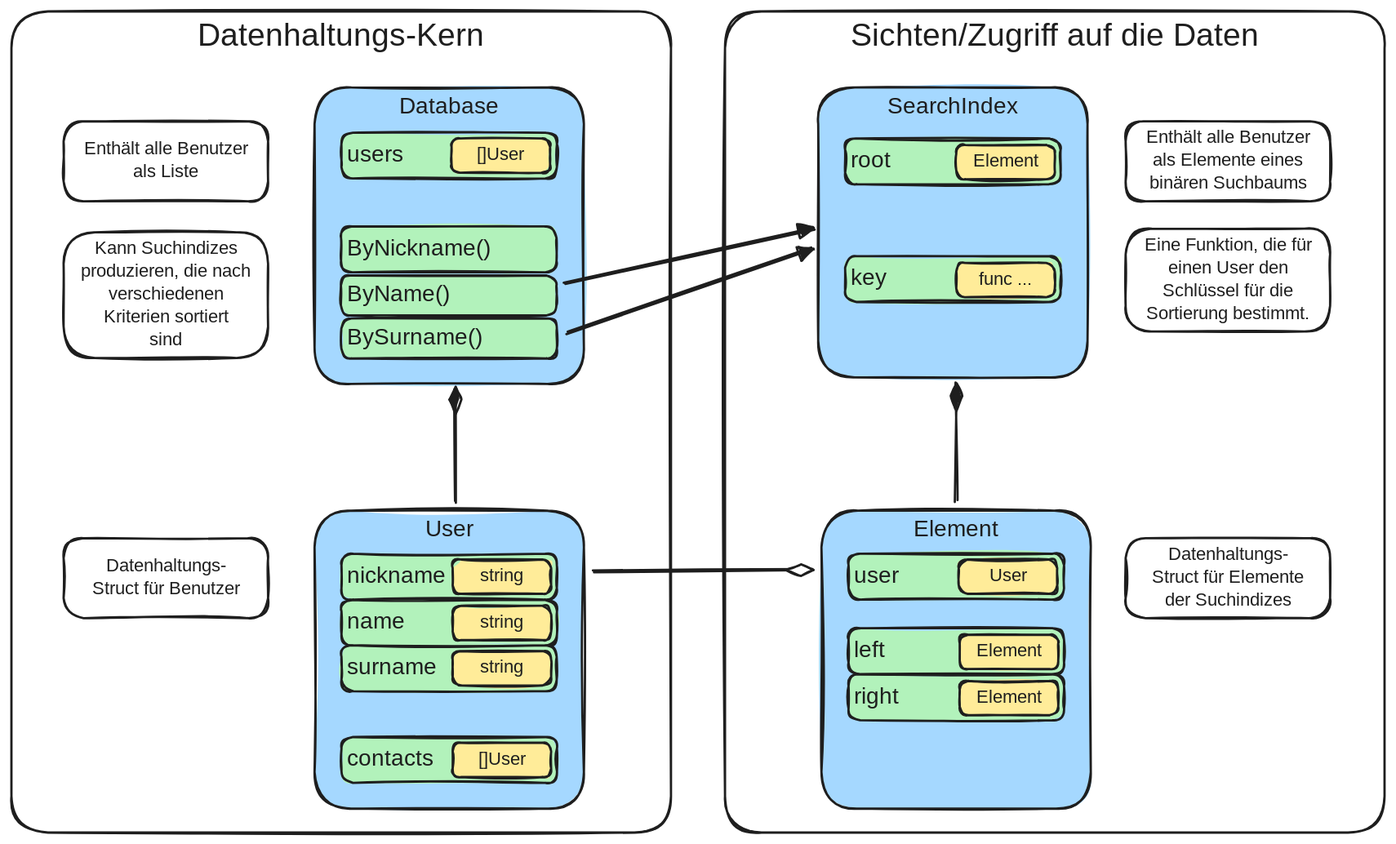
Earlier version of the Excalidraw export types.excalidraw.svg (BenLuisRichter/social-network-Ben). Source tidied: one line per element, renumbered; positions are measured from the earlier drawing's top-left corner, leaving out a move shared by most shapes.
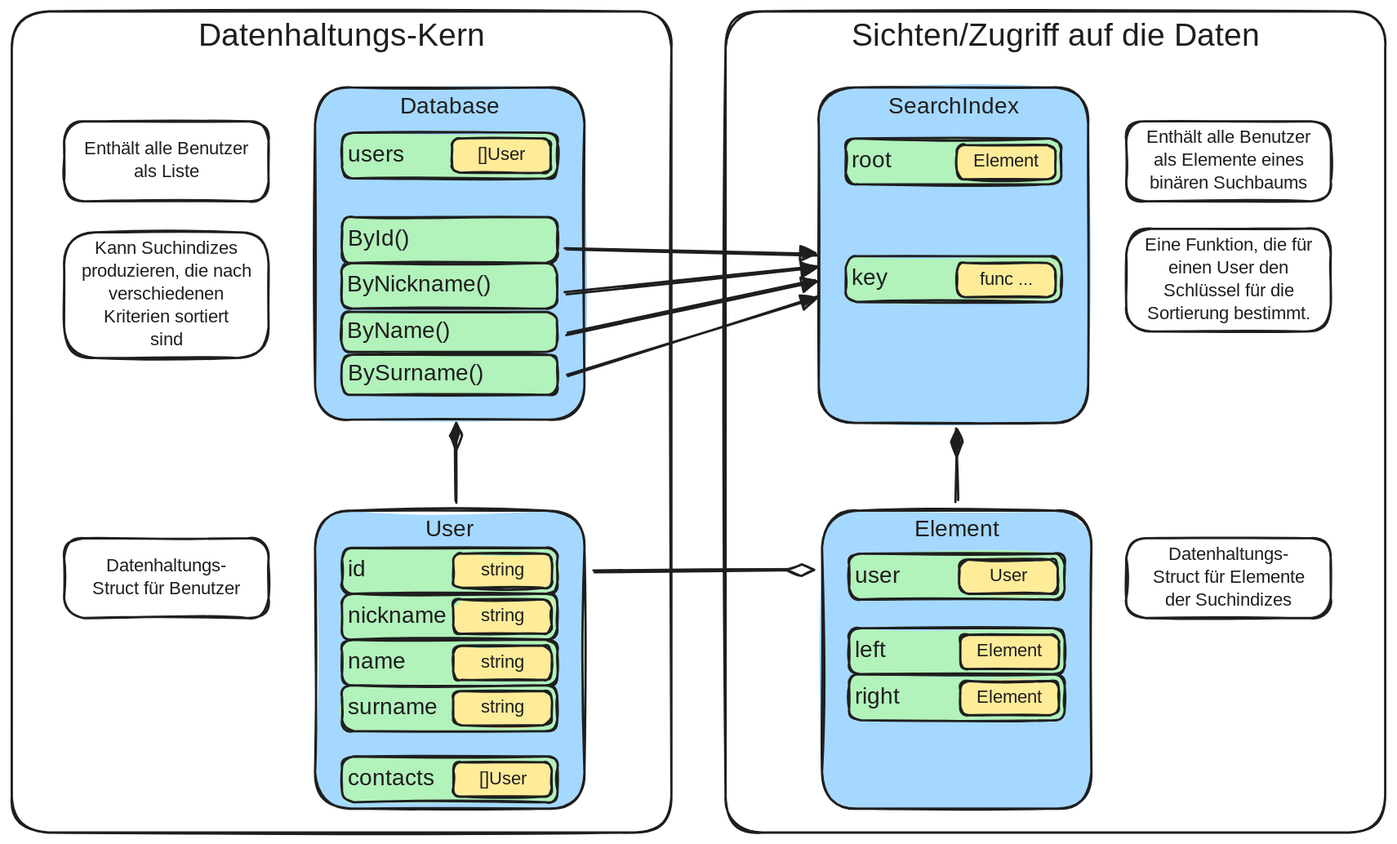
After the change.

Commit message:
Update README and overview diagram.

Change to the diagram source:
```diff
@@ -8,11 +8,13 @@
 {"id": 7, "type": "text", "text": "User", "strokeColor": "#1e1e1e", "backgroundColor": "#a5d8ff", "fillStyle": "solid", "strokeWidth": 2, "roughness": 1, "fontSize": 20, "fontFamily": 5, "textAlign": "center", "inside": 6, "x": 361, "y": 442, "width": 44, "height": 25}
-{"id": 8, "type": "rectangle", "strokeColor": "#1e1e1e", "backgroundColor": "#b2f2bb", "fillStyle": "solid", "strokeWidth": 2, "roughness": 1, "round": true, "x": 289, "y": 515, "width": 189, "height": 40}
+{"id": 8, "type": "rectangle", "strokeColor": "#1e1e1e", "backgroundColor": "#b2f2bb", "fillStyle": "solid", "strokeWidth": 2, "roughness": 1, "round": true, "x": 289, "y": 550, "width": 189, "height": 40}
-{"id": 9, "type": "text", "text": "name", "strokeColor": "#1e1e1e", "backgroundColor": "#b2f2bb", "fillStyle": "solid", "strokeWidth": 2, "roughness": 1, "fontSize": 20, "fontFamily": 5, "verticalAlign": "middle", "inside": 8, "x": 294, "y": 523, "width": 46, "height": 25}
+{"id": 9, "type": "text", "text": "name", "strokeColor": "#1e1e1e", "backgroundColor": "#b2f2bb", "fillStyle": "solid", "strokeWidth": 2, "roughness": 1, "fontSize": 20, "fontFamily": 5, "verticalAlign": "middle", "inside": 8, "x": 294, "y": 558, "width": 46, "height": 25}
-{"id": 10, "type": "rectangle", "strokeColor": "#1e1e1e", "backgroundColor": "#b2f2bb", "fillStyle": "solid", "strokeWidth": 2, "roughness": 1, "round": true, "x": 289, "y": 635, "width": 189, "height": 40}
+{"id": 10, "type": "rectangle", "strokeColor": "#1e1e1e", "backgroundColor": "#b2f2bb", "fillStyle": "solid", "strokeWidth": 2, "roughness": 1, "round": true, "x": 289, "y": 652, "width": 189, "height": 40}
-{"id": 11, "type": "text", "text": "contacts", "strokeColor": "#1e1e1e", "backgroundColor": "#b2f2bb", "fillStyle": "solid", "strokeWidth": 2, "roughness": 1, "fontSize": 20, "fontFamily": 5, "verticalAlign": "middle", "inside": 10, "x": 294, "y": 643, "width": 87, "height": 25}
+{"id": 11, "type": "text", "text": "contacts", "strokeColor": "#1e1e1e", "backgroundColor": "#b2f2bb", "fillStyle": "solid", "strokeWidth": 2, "roughness": 1, "fontSize": 20, "fontFamily": 5, "verticalAlign": "middle", "inside": 10, "x": 294, "y": 660, "width": 87, "height": 25}
-{"id": 12, "type": "rectangle", "strokeColor": "#1e1e1e", "backgroundColor": "#b2f2bb", "fillStyle": "solid", "strokeWidth": 2, "roughness": 1, "round": true, "x": 289, "y": 475, "width": 188, "height": 40}
+{"id": 12, "type": "rectangle", "strokeColor": "#1e1e1e", "backgroundColor": "#b2f2bb", "fillStyle": "solid", "strokeWidth": 2, "roughness": 1, "round": true, "x": 289, "y": 510, "width": 188, "height": 40}
-{"id": 13, "type": "text", "text": "nickname", "strokeColor": "#1e1e1e", "backgroundColor": "#b2f2bb", "fillStyle": "solid", "strokeWidth": 2, "roughness": 1, "fontSize": 20, "fontFamily": 5, "verticalAlign": "middle", "inside": 12, "x": 294, "y": 482, "width": 82, "height": 25}
+{"id": 13, "type": "text", "text": "nickname", "strokeColor": "#1e1e1e", "backgroundColor": "#b2f2bb", "fillStyle": "solid", "strokeWidth": 2, "roughness": 1, "fontSize": 20, "fontFamily": 5, "verticalAlign": "middle", "inside": 12, "x": 294, "y": 517, "width": 82, "height": 25}
+{"id": 75, "type": "rectangle", "strokeColor": "#1e1e1e", "backgroundColor": "#b2f2bb", "fillStyle": "solid", "strokeWidth": 2, "roughness": 1, "round": true, "x": 289, "y": 470, "width": 188, "height": 40}
+{"id": 76, "type": "text", "text": "id", "strokeColor": "#1e1e1e", "backgroundColor": "#b2f2bb", "fillStyle": "solid", "strokeWidth": 2, "roughness": 1, "fontSize": 20, "fontFamily": 5, "verticalAlign": "middle", "inside": 75, "x": 294, "y": 477, "width": 17, "height": 25}
-{"id": 14, "type": "rectangle", "strokeColor": "#1e1e1e", "backgroundColor": "#b2f2bb", "fillStyle": "solid", "strokeWidth": 2, "roughness": 1, "round": true, "x": 289, "y": 555, "width": 188, "height": 40}
+{"id": 14, "type": "rectangle", "strokeColor": "#1e1e1e", "backgroundColor": "#b2f2bb", "fillStyle": "solid", "strokeWidth": 2, "roughness": 1, "round": true, "x": 289, "y": 590, "width": 188, "height": 40}
-{"id": 15, "type": "text", "text": "surname", "strokeColor": "#1e1e1e", "backgroundColor": "#b2f2bb", "fillStyle": "solid", "strokeWidth": 2, "roughness": 1, "fontSize": 20, "fontFamily": 5, "verticalAlign": "middle", "inside": 14, "x": 294, "y": 563, "width": 76, "height": 25}
+{"id": 15, "type": "text", "text": "surname", "strokeColor": "#1e1e1e", "backgroundColor": "#b2f2bb", "fillStyle": "solid", "strokeWidth": 2, "roughness": 1, "fontSize": 20, "fontFamily": 5, "verticalAlign": "middle", "inside": 14, "x": 294, "y": 597, "width": 76, "height": 25}
-{"id": 16, "type": "rectangle", "strokeColor": "#1e1e1e", "backgroundColor": "#a5d8ff", "fillStyle": "solid", "strokeWidth": 2, "roughness": 1, "round": true, "x": 265, "y": 67, "width": 236, "height": 260}
+{"id": 16, "type": "rectangle", "strokeColor": "#1e1e1e", "backgroundColor": "#a5d8ff", "fillStyle": "solid", "strokeWidth": 2, "roughness": 1, "round": true, "x": 265, "y": 67, "width": 236, "height": 291}
 {"id": 17, "type": "text", "text": "Database", "strokeColor": "#1e1e1e", "backgroundColor": "#a5d8ff", "fillStyle": "solid", "strokeWidth": 2, "roughness": 1, "fontSize": 20, "fontFamily": 5, "textAlign": "center", "inside": 16, "x": 336, "y": 72, "width": 94, "height": 25}
@@ -22,11 +24,11 @@
 {"id": 21, "type": "text", "text": "user", "strokeColor": "#1e1e1e", "backgroundColor": "#b2f2bb", "fillStyle": "solid", "strokeWidth": 2, "roughness": 1, "fontSize": 20, "fontFamily": 5, "verticalAlign": "middle", "inside": 20, "x": 738, "y": 482, "width": 41, "height": 25}
-{"id": 22, "type": "arrow", "strokeColor": "#1e1e1e", "backgroundColor": "#ffec99", "fillStyle": "solid", "strokeWidth": 2, "roughness": 1, "startArrowhead": "diamond", "round": true, "from": 16, "to": 6, "x": 388, "y": 330, "width": 0, "height": 99, "points": [[0, 0], [0, 99]]}
+{"id": 22, "type": "arrow", "strokeColor": "#1e1e1e", "backgroundColor": "#ffec99", "fillStyle": "solid", "strokeWidth": 2, "roughness": 1, "startArrowhead": "diamond", "round": true, "from": 16, "to": 6, "x": 388, "y": 361, "width": 0, "height": 68, "points": [[0, 0], [0, 68]]}
-{"id": 23, "type": "arrow", "strokeColor": "#1e1e1e", "backgroundColor": "#ffec99", "fillStyle": "solid", "strokeWidth": 2, "roughness": 1, "startArrowhead": "diamond", "round": true, "from": 30, "to": 4, "x": 826, "y": 325, "width": 0, "height": 103, "points": [[0, 0], [0, 103]]}
+{"id": 23, "type": "arrow", "strokeColor": "#1e1e1e", "backgroundColor": "#ffec99", "fillStyle": "solid", "strokeWidth": 2, "roughness": 1, "startArrowhead": "diamond", "round": true, "from": 30, "to": 4, "x": 826, "y": 366, "width": 0, "height": 63, "points": [[0, 0], [0, 63]]}
-{"id": 24, "type": "rectangle", "strokeColor": "#1e1e1e", "backgroundColor": "#b2f2bb", "fillStyle": "solid", "strokeWidth": 2, "roughness": 1, "round": true, "x": 288, "y": 231, "width": 189, "height": 35}
+{"id": 24, "type": "rectangle", "strokeColor": "#1e1e1e", "backgroundColor": "#b2f2bb", "fillStyle": "solid", "strokeWidth": 2, "roughness": 1, "round": true, "x": 288, "y": 263, "width": 189, "height": 35}
-{"id": 25, "type": "text", "text": "ByName()", "strokeColor": "#1e1e1e", "backgroundColor": "#b2f2bb", "fillStyle": "solid", "strokeWidth": 2, "roughness": 1, "fontSize": 20, "fontFamily": 5, "verticalAlign": "middle", "inside": 24, "x": 293, "y": 236, "width": 90, "height": 25}
+{"id": 25, "type": "text", "text": "ByName()", "strokeColor": "#1e1e1e", "backgroundColor": "#b2f2bb", "fillStyle": "solid", "strokeWidth": 2, "roughness": 1, "fontSize": 20, "fontFamily": 5, "verticalAlign": "middle", "inside": 24, "x": 293, "y": 268, "width": 90, "height": 25}
-{"id": 26, "type": "rectangle", "strokeColor": "#1e1e1e", "backgroundColor": "#b2f2bb", "fillStyle": "solid", "strokeWidth": 2, "roughness": 1, "round": true, "x": 288, "y": 188, "width": 189, "height": 40}
+{"id": 26, "type": "rectangle", "strokeColor": "#1e1e1e", "backgroundColor": "#b2f2bb", "fillStyle": "solid", "strokeWidth": 2, "roughness": 1, "round": true, "x": 288, "y": 220, "width": 189, "height": 40}
-{"id": 27, "type": "text", "text": "ByNickname()", "strokeColor": "#1e1e1e", "backgroundColor": "#b2f2bb", "fillStyle": "solid", "strokeWidth": 2, "roughness": 1, "fontSize": 20, "fontFamily": 5, "verticalAlign": "middle", "inside": 26, "x": 293, "y": 196, "width": 127, "height": 25}
+{"id": 27, "type": "text", "text": "ByNickname()", "strokeColor": "#1e1e1e", "backgroundColor": "#b2f2bb", "fillStyle": "solid", "strokeWidth": 2, "roughness": 1, "fontSize": 20, "fontFamily": 5, "verticalAlign": "middle", "inside": 26, "x": 293, "y": 228, "width": 127, "height": 25}
-{"id": 28, "type": "rectangle", "strokeColor": "#1e1e1e", "backgroundColor": "#b2f2bb", "fillStyle": "solid", "strokeWidth": 2, "roughness": 1, "round": true, "x": 289, "y": 269, "width": 189, "height": 35}
+{"id": 28, "type": "rectangle", "strokeColor": "#1e1e1e", "backgroundColor": "#b2f2bb", "fillStyle": "solid", "strokeWidth": 2, "roughness": 1, "round": true, "x": 289, "y": 301, "width": 189, "height": 35}
-{"id": 29, "type": "text", "text": "BySurname()", "strokeColor": "#1e1e1e", "backgroundColor": "#b2f2bb", "fillStyle": "solid", "strokeWidth": 2, "roughness": 1, "fontSize": 20, "fontFamily": 5, "verticalAlign": "middle", "inside": 28, "x": 294, "y": 274, "width": 120, "height": 25}
+{"id": 29, "type": "text", "text": "BySurname()", "strokeColor": "#1e1e1e", "backgroundColor": "#b2f2bb", "fillStyle": "solid", "strokeWidth": 2, "roughness": 1, "fontSize": 20, "fontFamily": 5, "verticalAlign": "middle", "inside": 28, "x": 294, "y": 306, "width": 120, "height": 25}
-{"id": 30, "type": "rectangle", "strokeColor": "#1e1e1e", "backgroundColor": "#a5d8ff", "fillStyle": "solid", "strokeWidth": 2, "roughness": 1, "round": true, "x": 706, "y": 67, "width": 236, "height": 254}
+{"id": 30, "type": "rectangle", "strokeColor": "#1e1e1e", "backgroundColor": "#a5d8ff", "fillStyle": "solid", "strokeWidth": 2, "roughness": 1, "round": true, "x": 706, "y": 67, "width": 236, "height": 294}
 {"id": 31, "type": "text", "text": "SearchIndex", "strokeColor": "#1e1e1e", "backgroundColor": "#a5d8ff", "fillStyle": "solid", "strokeWidth": 2, "roughness": 1, "fontSize": 20, "fontFamily": 5, "textAlign": "center", "inside": 30, "x": 764, "y": 72, "width": 120, "height": 25}
@@ -48,8 +50,10 @@
 {"id": 47, "type": "text", "text": "func ...", "strokeColor": "#1e1e1e", "backgroundColor": "#ffec99", "fillStyle": "solid", "strokeWidth": 2, "roughness": 1, "fontSize": 16, "fontFamily": 5, "textAlign": "center", "verticalAlign": "middle", "inside": 46, "x": 844, "y": 225, "width": 53, "height": 20}
-{"id": 48, "type": "rectangle", "strokeColor": "#1e1e1e", "backgroundColor": "#ffec99", "fillStyle": "solid", "strokeWidth": 2, "roughness": 1, "round": true, "x": 386, "y": 480, "width": 86, "height": 30}
+{"id": 48, "type": "rectangle", "strokeColor": "#1e1e1e", "backgroundColor": "#ffec99", "fillStyle": "solid", "strokeWidth": 2, "roughness": 1, "round": true, "x": 386, "y": 515, "width": 86, "height": 30}
-{"id": 49, "type": "text", "text": "string", "strokeColor": "#1e1e1e", "backgroundColor": "#ffec99", "fillStyle": "solid", "strokeWidth": 2, "roughness": 1, "fontSize": 16, "fontFamily": 5, "textAlign": "center", "verticalAlign": "middle", "inside": 48, "x": 406, "y": 485, "width": 46, "height": 20}
+{"id": 49, "type": "text", "text": "string", "strokeColor": "#1e1e1e", "backgroundColor": "#ffec99", "fillStyle": "solid", "strokeWidth": 2, "roughness": 1, "fontSize": 16, "fontFamily": 5, "textAlign": "center", "verticalAlign": "middle", "inside": 48, "x": 406, "y": 520, "width": 46, "height": 20}
+{"id": 77, "type": "rectangle", "strokeColor": "#1e1e1e", "backgroundColor": "#ffec99", "fillStyle": "solid", "strokeWidth": 2, "roughness": 1, "round": true, "x": 386, "y": 475, "width": 86, "height": 30}
+{"id": 78, "type": "text", "text": "string", "strokeColor": "#1e1e1e", "backgroundColor": "#ffec99", "fillStyle": "solid", "strokeWidth": 2, "roughness": 1, "fontSize": 16, "fontFamily": 5, "textAlign": "center", "verticalAlign": "middle", "inside": 77, "x": 407, "y": 480, "width": 46, "height": 20}
-{"id": 50, "type": "rectangle", "strokeColor": "#1e1e1e", "backgroundColor": "#ffec99", "fillStyle": "solid", "strokeWidth": 2, "roughness": 1, "round": true, "x": 386, "y": 520, "width": 86, "height": 30}
+{"id": 50, "type": "rectangle", "strokeColor": "#1e1e1e", "backgroundColor": "#ffec99", "fillStyle": "solid", "strokeWidth": 2, "roughness": 1, "round": true, "x": 386, "y": 555, "width": 86, "height": 30}
-{"id": 51, "type": "text", "text": "string", "strokeColor": "#1e1e1e", "backgroundColor": "#ffec99", "fillStyle": "solid", "strokeWidth": 2, "roughness": 1, "fontSize": 16, "fontFamily": 5, "textAlign": "center", "verticalAlign": "middle", "inside": 50, "x": 406, "y": 525, "width": 46, "height": 20}
+{"id": 51, "type": "text", "text": "string", "strokeColor": "#1e1e1e", "backgroundColor": "#ffec99", "fillStyle": "solid", "strokeWidth": 2, "roughness": 1, "fontSize": 16, "fontFamily": 5, "textAlign": "center", "verticalAlign": "middle", "inside": 50, "x": 406, "y": 560, "width": 46, "height": 20}
-{"id": 52, "type": "rectangle", "strokeColor": "#1e1e1e", "backgroundColor": "#ffec99", "fillStyle": "solid", "strokeWidth": 2, "roughness": 1, "round": true, "x": 386, "y": 560, "width": 86, "height": 30}
+{"id": 52, "type": "rectangle", "strokeColor": "#1e1e1e", "backgroundColor": "#ffec99", "fillStyle": "solid", "strokeWidth": 2, "roughness": 1, "round": true, "x": 386, "y": 595, "width": 86, "height": 30}
-{"id": 53, "type": "text", "text": "string", "strokeColor": "#1e1e1e", "backgroundColor": "#ffec99", "fillStyle": "solid", "strokeWidth": 2, "roughness": 1, "fontSize": 16, "fontFamily": 5, "textAlign": "center", "verticalAlign": "middle", "inside": 52, "x": 406, "y": 565, "width": 46, "height": 20}
+{"id": 53, "type": "text", "text": "string", "strokeColor": "#1e1e1e", "backgroundColor": "#ffec99", "fillStyle": "solid", "strokeWidth": 2, "roughness": 1, "fontSize": 16, "fontFamily": 5, "textAlign": "center", "verticalAlign": "middle", "inside": 52, "x": 406, "y": 600, "width": 46, "height": 20}
 {"id": 54, "type": "rectangle", "strokeColor": "#1e1e1e", "backgroundColor": "#ffec99", "fillStyle": "solid", "strokeWidth": 2, "roughness": 1, "round": true, "x": 385, "y": 111, "width": 86, "height": 30}
@@ -58,7 +62,7 @@
 {"id": 57, "type": "text", "text": "User", "strokeColor": "#1e1e1e", "backgroundColor": "#ffec99", "fillStyle": "solid", "strokeWidth": 2, "roughness": 1, "fontSize": 16, "fontFamily": 5, "textAlign": "center", "verticalAlign": "middle", "inside": 56, "x": 854, "y": 485, "width": 36, "height": 20}
-{"id": 58, "type": "rectangle", "strokeColor": "#1e1e1e", "backgroundColor": "#ffec99", "fillStyle": "solid", "strokeWidth": 2, "roughness": 1, "round": true, "x": 386, "y": 640, "width": 86, "height": 30}
+{"id": 58, "type": "rectangle", "strokeColor": "#1e1e1e", "backgroundColor": "#ffec99", "fillStyle": "solid", "strokeWidth": 2, "roughness": 1, "round": true, "x": 386, "y": 657, "width": 86, "height": 30}
-{"id": 59, "type": "text", "text": "[]User", "strokeColor": "#1e1e1e", "backgroundColor": "#ffec99", "fillStyle": "solid", "strokeWidth": 2, "roughness": 1, "fontSize": 16, "fontFamily": 5, "textAlign": "center", "verticalAlign": "middle", "inside": 58, "x": 404, "y": 645, "width": 51, "height": 20}
+{"id": 59, "type": "text", "text": "[]User", "strokeColor": "#1e1e1e", "backgroundColor": "#ffec99", "fillStyle": "solid", "strokeWidth": 2, "roughness": 1, "fontSize": 16, "fontFamily": 5, "textAlign": "center", "verticalAlign": "middle", "inside": 58, "x": 404, "y": 662, "width": 51, "height": 20}
 {"id": 60, "type": "arrow", "strokeColor": "#1e1e1e", "backgroundColor": "#ffc9c9", "fillStyle": "solid", "strokeWidth": 2, "roughness": 1, "startArrowhead": "diamond_outline", "round": true, "from": 4, "to": 6, "x": 701, "y": 489, "width": 191, "height": 2, "points": [[0, 0], [-191, 2]]}
-{"id": 61, "type": "arrow", "strokeColor": "#1e1e1e", "backgroundColor": "#ffc9c9", "fillStyle": "solid", "strokeWidth": 2, "roughness": 1, "endArrowhead": "triangle", "round": true, "from": 24, "to": 30, "x": 485, "y": 238, "width": 218, "height": 48, "points": [[0, 0], [218, -48]]}
+{"id": 61, "type": "arrow", "strokeColor": "#1e1e1e", "backgroundColor": "#ffc9c9", "fillStyle": "solid", "strokeWidth": 2, "roughness": 1, "endArrowhead": "triangle", "round": true, "from": 79, "to": 30, "x": 485, "y": 208, "width": 219, "height": 4, "points": [[0, 0], [219, 4]]}
-{"id": 62, "type": "arrow", "strokeColor": "#1e1e1e", "backgroundColor": "#ffc9c9", "fillStyle": "solid", "strokeWidth": 2, "roughness": 1, "endArrowhead": "triangle", "round": true, "from": 28, "to": 30, "x": 486, "y": 281, "width": 215, "height": 74, "points": [[0, 0], [215, -74]]}
+{"id": 62, "type": "arrow", "strokeColor": "#1e1e1e", "backgroundColor": "#ffc9c9", "fillStyle": "solid", "strokeWidth": 2, "roughness": 1, "endArrowhead": "triangle", "round": true, "from": 24, "to": 30, "x": 486, "y": 282, "width": 218, "height": 46, "points": [[0, 0], [218, -46]]}
 {"id": 63, "type": "rectangle", "strokeColor": "#1e1e1e", "strokeWidth": 2, "roughness": 1, "round": true, "x": 975, "y": 96, "width": 179, "height": 70}
@@ -75,1 +79,5 @@
 {"id": 74, "type": "text", "text": "Datenhaltungs-\nStruct für Elemente\nder Suchindizes", "strokeColor": "#1e1e1e", "strokeWidth": 2, "roughness": 1, "fontSize": 16, "fontFamily": 5, "textAlign": "center", "verticalAlign": "middle", "inside": 73, "x": 987, "y": 466, "width": 155, "height": 60}
+{"id": 79, "type": "rectangle", "strokeColor": "#1e1e1e", "backgroundColor": "#b2f2bb", "fillStyle": "solid", "strokeWidth": 2, "roughness": 1, "round": true, "x": 289, "y": 180, "width": 189, "height": 40}
+{"id": 80, "type": "text", "text": "ById()", "strokeColor": "#1e1e1e", "backgroundColor": "#b2f2bb", "fillStyle": "solid", "strokeWidth": 2, "roughness": 1, "fontSize": 20, "fontFamily": 5, "verticalAlign": "middle", "inside": 79, "x": 294, "y": 188, "width": 66, "height": 25}
+{"id": 81, "type": "arrow", "strokeColor": "#1e1e1e", "strokeWidth": 2, "roughness": 1, "endArrowhead": "triangle", "round": true, "from": 26, "to": 30, "x": 484, "y": 247, "width": 220, "height": 23, "points": [[0, 0], [220, -23]]}
+{"id": 82, "type": "arrow", "strokeColor": "#1e1e1e", "strokeWidth": 2, "roughness": 1, "endArrowhead": "triangle", "round": true, "from": 28, "to": 30, "x": 486, "y": 320, "width": 219, "height": 70, "points": [[0, 0], [219, -70]]}
```
